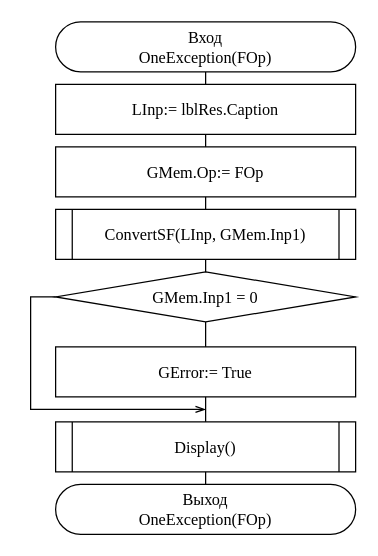
The draw.io diagram page "ZeroException" (8 of 17) of OAiP/Course/Scheme/Alg.drawio in Hummel009/Delphi-Projects, before the edit. Source tidied: cells renumbered, new cells numbered last; positions are measured from the earlier drawing's top-left corner, leaving out a move shared by most shapes. Both pictures are drawn from the tidied source at 125%, with x=0, y=0 at pixel (30, 21).
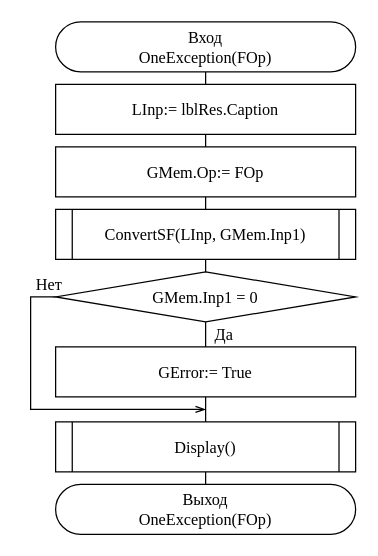
The same page after the edit.

Change to the diagram source:
```diff
@@
+    <mxCell id="18" value="Нет" style="text;html=1;strokeColor=none;fillColor=none;align=center;verticalAlign=middle;whiteSpace=wrap;rounded=0;fontSize=13;fontFamily=Times New Roman;" parent="1" vertex="1">
+      <mxGeometry y="200" width="30" height="20" as="geometry" />
+    </mxCell>
+    <mxCell id="19" value="Да" style="text;html=1;strokeColor=none;fillColor=none;align=center;verticalAlign=middle;whiteSpace=wrap;rounded=0;fontSize=13;fontFamily=Times New Roman;" parent="1" vertex="1">
+      <mxGeometry x="140" y="240" width="30" height="20" as="geometry" />
+    </mxCell>
```
